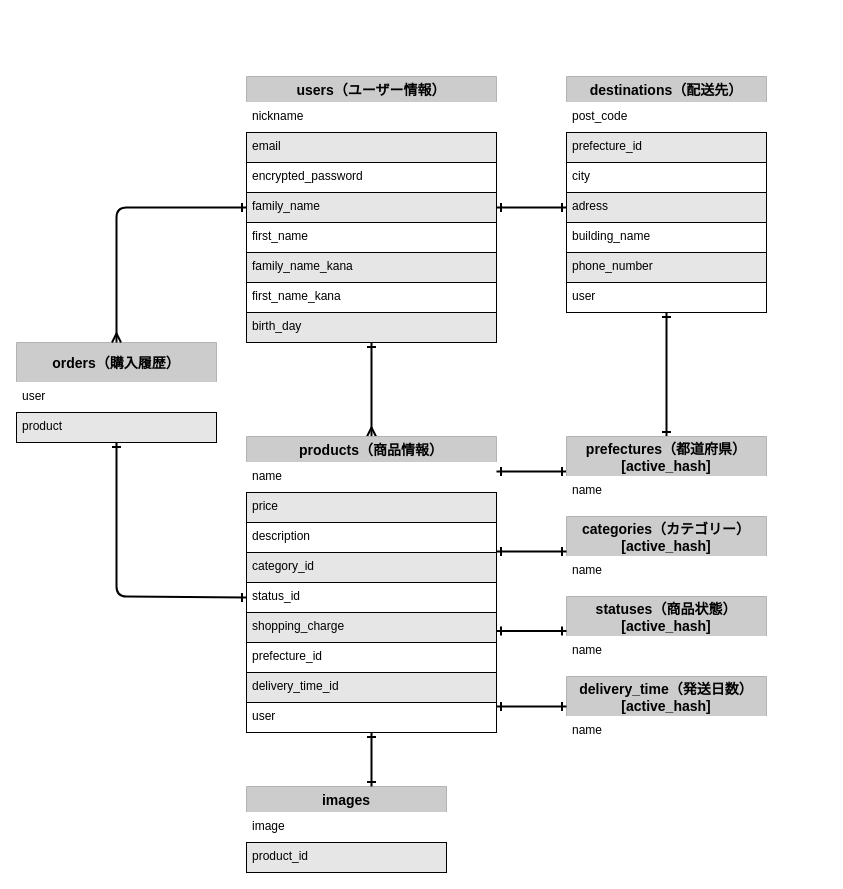
Before: database.dio in KatKeeeen/furima-38577-2, a draw.io diagram. Source tidied: cells renumbered, new cells numbered last; positions are measured from the earlier drawing's top-left corner, leaving out a move shared by most shapes. Both pictures are drawn from the tidied source at 100%, with x=0, y=0 at pixel (16, 76).
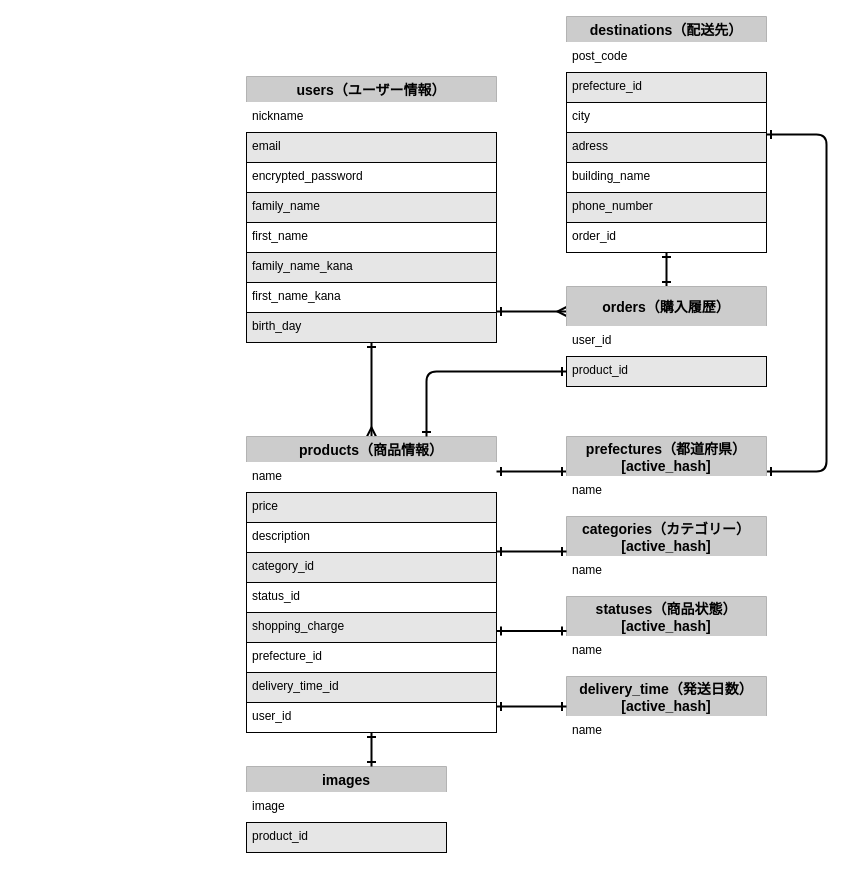
The same diagram, later.

The change refers to these unchanged cells:
```xml
<mxCell id="7" value="family_name" style="text;strokeColor=default;fillColor=#E6E6E6;spacingLeft=4;spacingRight=4;overflow=hidden;points=[[0,0.5],[1,0.5]];portConstraint=eastwest;fontSize=12;fontColor=#000000;" parent="3" vertex="1">
  <mxGeometry y="116" width="250" height="30" as="geometry" />
</mxCell>
<mxCell id="12" value="products（商品情報）" style="swimlane;fontStyle=1;horizontal=1;startSize=26;align=center;fontSize=14;fillColor=#CCCCCC;strokeColor=#B3B3B3;fontColor=#000000;perimeterSpacing=0;" parent="1" vertex="1">
  <mxGeometry x="230" y="360" width="250" height="296" as="geometry" />
</mxCell>
<mxCell id="17" value="status_id" style="text;strokeColor=default;fillColor=#FFFFFF;spacingLeft=4;spacingRight=4;overflow=hidden;points=[[0,0.5],[1,0.5]];portConstraint=eastwest;fontSize=12;fontColor=#000000;" parent="12" vertex="1">
  <mxGeometry y="146" width="250" height="30" as="geometry" />
</mxCell>
<mxCell id="39" value="prefectures（都道府県）&#10;[active_hash]" style="swimlane;fontStyle=1;horizontal=1;startSize=40;align=center;fontSize=14;fillColor=#CCCCCC;strokeColor=#B3B3B3;fontColor=#000000;perimeterSpacing=0;" parent="1" vertex="1">
  <mxGeometry x="550" y="360" width="200" height="70" as="geometry" />
</mxCell>
```

What changed in the source:
```diff
@@
-    <mxCell id="21" value="user" style="text;strokeColor=default;fillColor=#FFFFFF;spacingLeft=4;spacingRight=4;overflow=hidden;fontSize=12;gradientColor=none;fontColor=#000000;" parent="12" vertex="1">
+    <mxCell id="21" value="user_id" style="text;strokeColor=default;fillColor=#FFFFFF;spacingLeft=4;spacingRight=4;overflow=hidden;fontSize=12;gradientColor=none;fontColor=#000000;" parent="12" vertex="1">
       <mxGeometry y="266" width="250" height="30" as="geometry" />
     </mxCell>
     <mxCell id="22" value="destinations（配送先）" style="swimlane;fontStyle=1;horizontal=1;startSize=26;align=center;fontSize=14;fillColor=#CCCCCC;strokeColor=#B3B3B3;fontColor=#000000;perimeterSpacing=0;" parent="1" vertex="1">
-      <mxGeometry x="550" width="200" height="236" as="geometry" />
+      <mxGeometry x="550" y="-60" width="200" height="236" as="geometry" />
     </mxCell>
@@
-    <mxCell id="29" value="user" style="text;strokeColor=default;fillColor=#FFFFFF;spacingLeft=4;spacingRight=4;overflow=hidden;fontSize=12;gradientColor=none;fontColor=#000000;" parent="22" vertex="1">
+    <mxCell id="29" value="order_id" style="text;strokeColor=default;fillColor=#FFFFFF;spacingLeft=4;spacingRight=4;overflow=hidden;fontSize=12;gradientColor=none;fontColor=#000000;" parent="22" vertex="1">
       <mxGeometry y="206" width="200" height="30" as="geometry" />
     </mxCell>
     <mxCell id="30" value="images" style="swimlane;fontStyle=1;horizontal=1;startSize=26;align=center;fontSize=14;fillColor=#CCCCCC;strokeColor=#B3B3B3;fontColor=#000000;perimeterSpacing=0;" parent="1" vertex="1">
-      <mxGeometry x="230" y="710" width="200" height="86" as="geometry" />
+      <mxGeometry x="230" y="690" width="200" height="86" as="geometry" />
     </mxCell>
@@
     <mxCell id="35" style="edgeStyle=none;html=1;startArrow=ERone;startFill=0;endArrow=ERone;endFill=0;strokeWidth=2;exitX=0.5;exitY=1;exitDx=0;exitDy=0;" parent="1" edge="1" source="12">
       <mxGeometry relative="1" as="geometry">
-        <mxPoint x="355" y="710" as="targetPoint" />
+        <mxPoint x="355" y="690" as="targetPoint" />
       </mxGeometry>
     </mxCell>
@@
+    <mxCell id="38" style="edgeStyle=none;html=1;exitX=0;exitY=0.5;exitDx=0;exitDy=0;startArrow=ERone;startFill=0;endArrow=ERone;endFill=0;strokeWidth=2;" parent="1" edge="1" source="39">
+      <mxGeometry relative="1" as="geometry">
+        <mxPoint x="480" y="395" as="targetPoint" />
+      </mxGeometry>
+    </mxCell>
-    <mxCell id="37" style="edgeStyle=none;html=1;exitX=0.5;exitY=0;exitDx=0;exitDy=0;entryX=0.5;entryY=1;entryDx=0;entryDy=0;startArrow=ERone;startFill=0;endArrow=ERone;endFill=0;strokeWidth=2;" parent="1" edge="1" source="39" target="22">
-      <mxGeometry relative="1" as="geometry" />
+    <mxCell id="37" style="edgeStyle=none;html=1;exitX=1;exitY=0.5;exitDx=0;exitDy=0;entryX=1;entryY=0.5;entryDx=0;entryDy=0;startArrow=ERone;startFill=0;endArrow=ERone;endFill=0;strokeWidth=2;" parent="1" edge="1" source="39" target="22">
+      <mxGeometry relative="1" as="geometry">
+        <Array as="points">
+          <mxPoint x="810" y="395" />
+          <mxPoint x="810" y="58" />
+        </Array>
+      </mxGeometry>
     </mxCell>
-    <mxCell id="38" style="edgeStyle=none;html=1;exitX=0;exitY=0.5;exitDx=0;exitDy=0;startArrow=ERone;startFill=0;endArrow=ERone;endFill=0;strokeWidth=2;" parent="1" edge="1" source="39">
-      <mxGeometry relative="1" as="geometry">
-        <mxPoint x="480" y="395" as="targetPoint" />
-      </mxGeometry>
-    </mxCell>
@@
-    <mxCell id="41" style="edgeStyle=none;html=1;entryX=1;entryY=0.5;entryDx=0;entryDy=0;endArrow=ERone;endFill=0;startArrow=ERone;startFill=0;strokeWidth=2;" parent="1" edge="1" target="7">
-      <mxGeometry relative="1" as="geometry">
-        <mxPoint x="550" y="131" as="sourcePoint" />
-      </mxGeometry>
-    </mxCell>
@@
+    <mxCell id="53" style="edgeStyle=none;html=1;exitX=0;exitY=0.25;exitDx=0;exitDy=0;startArrow=ERmany;startFill=0;endArrow=ERone;endFill=0;strokeWidth=2;" parent="1" edge="1" source="48">
+      <mxGeometry relative="1" as="geometry">
+        <mxPoint x="480" y="235" as="targetPoint" />
+      </mxGeometry>
+    </mxCell>
+    <mxCell id="54" style="edgeStyle=none;html=1;exitX=0.5;exitY=0;exitDx=0;exitDy=0;entryX=0.5;entryY=1;entryDx=0;entryDy=0;startArrow=ERone;startFill=0;endArrow=ERone;endFill=0;strokeWidth=2;" parent="1" edge="1" source="48" target="22">
+      <mxGeometry relative="1" as="geometry" />
+    </mxCell>
     <mxCell id="48" value="orders（購入履歴）" style="swimlane;fontStyle=1;horizontal=1;startSize=40;align=center;fontSize=14;fillColor=#CCCCCC;strokeColor=#B3B3B3;fontColor=#000000;perimeterSpacing=0;" parent="1" vertex="1">
-      <mxGeometry y="266" width="200" height="100" as="geometry" />
+      <mxGeometry x="550" y="210" width="200" height="100" as="geometry" />
     </mxCell>
-    <mxCell id="49" value="user" style="text;strokeColor=#FFFFFF;fillColor=#FFFFFF;spacingLeft=4;spacingRight=4;overflow=hidden;fontSize=12;perimeterSpacing=1;fontColor=#000000;" parent="48" vertex="1">
+    <mxCell id="49" value="user_id" style="text;strokeColor=#FFFFFF;fillColor=#FFFFFF;spacingLeft=4;spacingRight=4;overflow=hidden;fontSize=12;perimeterSpacing=1;fontColor=#000000;" parent="48" vertex="1">
       <mxGeometry y="40" width="200" height="30" as="geometry" />
     </mxCell>
-    <mxCell id="50" value="product" style="text;strokeColor=default;fillColor=#E6E6E6;spacingLeft=4;spacingRight=4;overflow=hidden;points=[[0,0.5],[1,0.5]];portConstraint=eastwest;fontSize=12;fontColor=#000000;" parent="48" vertex="1">
+    <mxCell id="50" value="product_id" style="text;strokeColor=default;fillColor=#E6E6E6;spacingLeft=4;spacingRight=4;overflow=hidden;points=[[0,0.5],[1,0.5]];portConstraint=eastwest;fontSize=12;fontColor=#000000;" parent="48" vertex="1">
       <mxGeometry y="70" width="200" height="30" as="geometry" />
     </mxCell>
-    <mxCell id="51" style="edgeStyle=none;html=1;exitX=0;exitY=0.5;exitDx=0;exitDy=0;entryX=0.5;entryY=0;entryDx=0;entryDy=0;startArrow=ERone;startFill=0;endArrow=ERmany;endFill=0;strokeWidth=2;" parent="1" edge="1" source="7" target="48">
-      <mxGeometry relative="1" as="geometry">
-        <Array as="points">
-          <mxPoint x="100" y="131" />
-        </Array>
-      </mxGeometry>
-    </mxCell>
-    <mxCell id="52" style="edgeStyle=none;html=1;exitX=0;exitY=0.5;exitDx=0;exitDy=0;entryX=0.5;entryY=1;entryDx=0;entryDy=0;startArrow=ERone;startFill=0;endArrow=ERone;endFill=0;strokeWidth=2;" parent="1" edge="1" source="17" target="48">
+    <mxCell id="52" style="edgeStyle=none;html=1;entryX=0;entryY=0.5;entryDx=0;entryDy=0;startArrow=ERone;startFill=0;endArrow=ERone;endFill=0;strokeWidth=2;" parent="1" edge="1" target="50">
       <mxGeometry relative="1" as="geometry">
+        <mxPoint x="410" y="360" as="sourcePoint" />
         <Array as="points">
-          <mxPoint x="100" y="520" />
+          <mxPoint x="410" y="295" />
         </Array>
       </mxGeometry>
     </mxCell>
```
